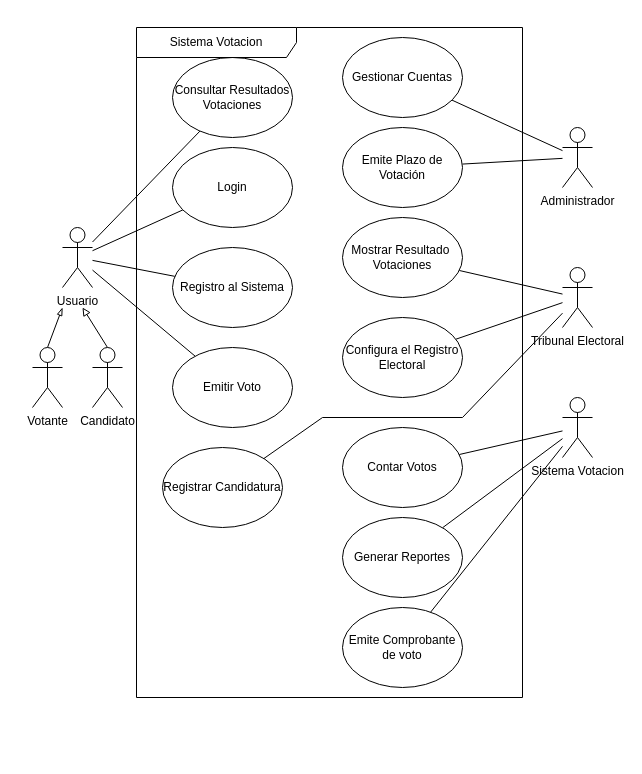
bravemilio15/DiagramasTercerCiclo keeps this draw.io diagram as page "VotoElectronico" (1 of 5) of Usecase.drawio. Above is the earlier version. Source tidied: cells renumbered, new cells numbered last; positions are measured from the earlier drawing's top-left corner, leaving out a move shared by most shapes. Both pictures are drawn from the tidied source at 100%, with x=0, y=0 at pixel (32, 27).
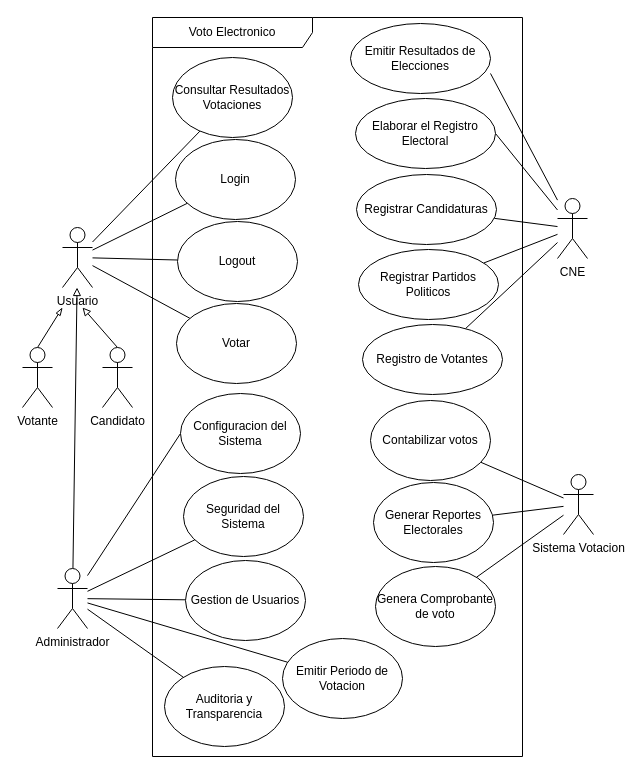
Above is the later version.

The change refers to these unchanged cells:
```xml
<mxCell id="6" value="Usuario" style="shape=umlActor;verticalLabelPosition=bottom;verticalAlign=top;html=1;outlineConnect=0;" parent="1" vertex="1">
  <mxGeometry x="30" y="200" width="30" height="60" as="geometry" />
</mxCell>
```

Change to the diagram source:
```diff
@@
     <mxCell id="8" value="Candidato" style="shape=umlActor;verticalLabelPosition=bottom;verticalAlign=top;html=1;outlineConnect=0;" parent="1" vertex="1">
-      <mxGeometry x="60" y="320" width="30" height="60" as="geometry" />
+      <mxGeometry x="70" y="320" width="30" height="60" as="geometry" />
     </mxCell>
@@
     <mxCell id="10" value="Votante" style="shape=umlActor;verticalLabelPosition=bottom;verticalAlign=top;html=1;outlineConnect=0;" parent="1" vertex="1">
-      <mxGeometry y="320" width="30" height="60" as="geometry" />
+      <mxGeometry x="-10" y="320" width="30" height="60" as="geometry" />
     </mxCell>
+    <mxCell id="35" style="rounded=0;jettySize=auto;html=1;endArrow=none;endFill=0;entryX=1;entryY=0.714;entryDx=0;entryDy=0;entryPerimeter=0;" parent="1" edge="1" source="17" target="55">
+      <mxGeometry relative="1" as="geometry" />
+    </mxCell>
+    <mxCell id="36" style="rounded=0;jettySize=auto;html=1;entryX=1;entryY=0.5;entryDx=0;entryDy=0;endArrow=none;endFill=0;" parent="1" edge="1" source="17" target="56">
+      <mxGeometry relative="1" as="geometry" />
+    </mxCell>
+    <mxCell id="37" style="rounded=0;jettySize=auto;html=1;endArrow=none;endFill=0;" parent="1" edge="1" source="17" target="57">
+      <mxGeometry relative="1" as="geometry" />
+    </mxCell>
+    <mxCell id="38" style="rounded=0;jettySize=auto;html=1;endArrow=none;endFill=0;" parent="1" edge="1" source="17" target="58">
+      <mxGeometry relative="1" as="geometry" />
+    </mxCell>
+    <mxCell id="39" style="rounded=0;jettySize=auto;html=1;endArrow=none;endFill=0;" parent="1" edge="1" source="17" target="59">
+      <mxGeometry relative="1" as="geometry" />
+    </mxCell>
+    <mxCell id="17" value="CNE" style="shape=umlActor;verticalLabelPosition=bottom;verticalAlign=top;html=1;outlineConnect=0;" parent="1" vertex="1">
+      <mxGeometry x="525" y="171" width="30" height="60" as="geometry" />
+    </mxCell>
+    <mxCell id="40" style="rounded=0;jettySize=auto;html=1;endArrow=none;endFill=0;" parent="1" edge="1" source="21" target="60">
+      <mxGeometry relative="1" as="geometry" />
+    </mxCell>
+    <mxCell id="41" style="rounded=0;jettySize=auto;html=1;endArrow=none;endFill=0;" parent="1" edge="1" source="21" target="61">
+      <mxGeometry relative="1" as="geometry" />
+    </mxCell>
+    <mxCell id="42" style="rounded=0;jettySize=auto;html=1;endArrow=none;endFill=0;" parent="1" edge="1" source="21" target="62">
+      <mxGeometry relative="1" as="geometry" />
+    </mxCell>
+    <mxCell id="21" value="Sistema Votacion" style="shape=umlActor;verticalLabelPosition=bottom;verticalAlign=top;html=1;outlineConnect=0;" parent="1" vertex="1">
+      <mxGeometry x="531" y="447" width="30" height="60" as="geometry" />
+    </mxCell>
+    <mxCell id="43" style="rounded=0;jettySize=auto;html=1;endArrow=block;endFill=0;" parent="1" edge="1" source="24" target="6">
+      <mxGeometry relative="1" as="geometry" />
+    </mxCell>
+    <mxCell id="44" style="rounded=0;jettySize=auto;html=1;entryX=0;entryY=0.5;entryDx=0;entryDy=0;endArrow=none;endFill=0;" parent="1" edge="1" source="24" target="50">
+      <mxGeometry relative="1" as="geometry" />
+    </mxCell>
+    <mxCell id="45" style="rounded=0;jettySize=auto;html=1;endArrow=none;endFill=0;" parent="1" edge="1" source="24" target="51">
+      <mxGeometry relative="1" as="geometry" />
+    </mxCell>
+    <mxCell id="46" style="rounded=0;jettySize=auto;html=1;endArrow=none;endFill=0;" parent="1" edge="1" source="24" target="52">
+      <mxGeometry relative="1" as="geometry" />
+    </mxCell>
+    <mxCell id="47" style="rounded=0;jettySize=auto;html=1;endArrow=none;endFill=0;" parent="1" edge="1" source="24" target="53">
+      <mxGeometry relative="1" as="geometry" />
+    </mxCell>
+    <mxCell id="48" style="rounded=0;jettySize=auto;html=1;endArrow=none;endFill=0;" parent="1" edge="1" source="24" target="54">
+      <mxGeometry relative="1" as="geometry" />
+    </mxCell>
+    <mxCell id="24" value="Administrador&lt;br&gt;" style="shape=umlActor;verticalLabelPosition=bottom;verticalAlign=top;html=1;outlineConnect=0;" parent="1" vertex="1">
+      <mxGeometry x="25" y="541" width="30" height="60" as="geometry" />
+    </mxCell>
+    <mxCell id="26" value="Consultar Resultados Votaciones" style="ellipse;whiteSpace=wrap;html=1;" parent="1" vertex="1">
+      <mxGeometry x="140" y="30" width="120" height="80" as="geometry" />
+    </mxCell>
+    <mxCell id="49" value="Voto Electronico" style="shape=umlFrame;whiteSpace=wrap;html=1;width=160;" parent="1" vertex="1">
+      <mxGeometry x="120" y="-10" width="370" height="739" as="geometry" />
+    </mxCell>
-    <mxCell id="11" value="Login" style="ellipse;whiteSpace=wrap;html=1;" parent="1" vertex="1">
-      <mxGeometry x="140" y="120" width="120" height="80" as="geometry" />
+    <mxCell id="11" value="Login" style="ellipse;whiteSpace=wrap;html=1;" parent="49" vertex="1">
+      <mxGeometry x="23" y="122" width="120" height="80" as="geometry" />
     </mxCell>
-    <mxCell id="12" value="Registro al Sistema" style="ellipse;whiteSpace=wrap;html=1;" parent="1" vertex="1">
-      <mxGeometry x="140" y="220" width="120" height="80" as="geometry" />
+    <mxCell id="12" value="Logout" style="ellipse;whiteSpace=wrap;html=1;" parent="49" vertex="1">
+      <mxGeometry x="25" y="204" width="120" height="80" as="geometry" />
     </mxCell>
-    <mxCell id="13" value="Registrar Candidatura&lt;br&gt;" style="ellipse;whiteSpace=wrap;html=1;" parent="1" vertex="1">
-      <mxGeometry x="130" y="420" width="120" height="80" as="geometry" />
-    </mxCell>
-    <mxCell id="14" style="rounded=0;jettySize=auto;html=1;endArrow=none;endFill=0;" parent="1" edge="1" source="17" target="13">
-      <mxGeometry relative="1" as="geometry">
-        <Array as="points">
-          <mxPoint x="430" y="390" />
-          <mxPoint x="290" y="390" />
-        </Array>
-      </mxGeometry>
-    </mxCell>
-    <mxCell id="15" style="rounded=0;jettySize=auto;html=1;endArrow=none;endFill=0;" parent="1" edge="1" source="17" target="30">
-      <mxGeometry relative="1" as="geometry" />
-    </mxCell>
-    <mxCell id="16" style="rounded=0;jettySize=auto;html=1;endArrow=none;endFill=0;" parent="1" edge="1" source="17" target="31">
-      <mxGeometry relative="1" as="geometry" />
-    </mxCell>
-    <mxCell id="17" value="Tribunal Electoral&lt;br&gt;" style="shape=umlActor;verticalLabelPosition=bottom;verticalAlign=top;html=1;outlineConnect=0;" parent="1" vertex="1">
-      <mxGeometry x="530" y="240" width="30" height="60" as="geometry" />
-    </mxCell>
-    <mxCell id="18" style="rounded=0;jettySize=auto;html=1;endArrow=none;endFill=0;" parent="1" edge="1" source="21" target="32">
-      <mxGeometry relative="1" as="geometry" />
-    </mxCell>
-    <mxCell id="19" style="rounded=0;jettySize=auto;html=1;endArrow=none;endFill=0;" parent="1" edge="1" source="21" target="33">
-      <mxGeometry relative="1" as="geometry" />
-    </mxCell>
-    <mxCell id="20" style="rounded=0;jettySize=auto;html=1;endArrow=none;endFill=0;" parent="1" edge="1" source="21" target="34">
-      <mxGeometry relative="1" as="geometry" />
-    </mxCell>
-    <mxCell id="21" value="Sistema Votacion" style="shape=umlActor;verticalLabelPosition=bottom;verticalAlign=top;html=1;outlineConnect=0;" parent="1" vertex="1">
-      <mxGeometry x="530" y="370" width="30" height="60" as="geometry" />
-    </mxCell>
-    <mxCell id="22" style="rounded=0;jettySize=auto;html=1;endArrow=none;endFill=0;" parent="1" edge="1" source="24" target="29">
-      <mxGeometry relative="1" as="geometry" />
-    </mxCell>
-    <mxCell id="23" style="rounded=0;jettySize=auto;html=1;endArrow=none;endFill=0;" parent="1" edge="1" source="24" target="28">
-      <mxGeometry relative="1" as="geometry" />
-    </mxCell>
-    <mxCell id="24" value="Administrador&lt;br&gt;" style="shape=umlActor;verticalLabelPosition=bottom;verticalAlign=top;html=1;outlineConnect=0;" parent="1" vertex="1">
-      <mxGeometry x="530" y="100" width="30" height="60" as="geometry" />
-    </mxCell>
-    <mxCell id="25" value="Emitir Voto" style="ellipse;whiteSpace=wrap;html=1;" parent="1" vertex="1">
-      <mxGeometry x="140" y="320" width="120" height="80" as="geometry" />
+    <mxCell id="25" value="Votar" style="ellipse;whiteSpace=wrap;html=1;" parent="49" vertex="1">
+      <mxGeometry x="24" y="286" width="120" height="80" as="geometry" />
     </mxCell>
-    <mxCell id="26" value="Consultar Resultados Votaciones" style="ellipse;whiteSpace=wrap;html=1;" parent="1" vertex="1">
-      <mxGeometry x="140" y="30" width="120" height="80" as="geometry" />
-    </mxCell>
-    <mxCell id="27" value="Sistema Votacion" style="shape=umlFrame;whiteSpace=wrap;html=1;width=160;" parent="1" vertex="1">
-      <mxGeometry x="104" width="386" height="670" as="geometry" />
-    </mxCell>
-    <mxCell id="28" value="Gestionar Cuentas" style="ellipse;whiteSpace=wrap;html=1;" parent="27" vertex="1">
-      <mxGeometry x="206" y="10" width="120" height="80" as="geometry" />
-    </mxCell>
-    <mxCell id="29" value="Emite Plazo de Votación" style="ellipse;whiteSpace=wrap;html=1;" parent="27" vertex="1">
-      <mxGeometry x="206" y="100" width="120" height="80" as="geometry" />
-    </mxCell>
-    <mxCell id="30" value="Mostrar Resultado&amp;nbsp; Votaciones" style="ellipse;whiteSpace=wrap;html=1;" parent="27" vertex="1">
-      <mxGeometry x="206" y="190" width="120" height="80" as="geometry" />
-    </mxCell>
-    <mxCell id="31" value="Configura el Registro Electoral" style="ellipse;whiteSpace=wrap;html=1;" parent="27" vertex="1">
-      <mxGeometry x="206" y="290" width="120" height="80" as="geometry" />
-    </mxCell>
-    <mxCell id="32" value="Contar Votos" style="ellipse;whiteSpace=wrap;html=1;" parent="27" vertex="1">
-      <mxGeometry x="206" y="400" width="120" height="80" as="geometry" />
-    </mxCell>
-    <mxCell id="33" value="Generar Reportes" style="ellipse;whiteSpace=wrap;html=1;" parent="27" vertex="1">
-      <mxGeometry x="206" y="490" width="120" height="80" as="geometry" />
-    </mxCell>
-    <mxCell id="34" value="Emite Comprobante de voto" style="ellipse;whiteSpace=wrap;html=1;" parent="27" vertex="1">
-      <mxGeometry x="206" y="580" width="120" height="80" as="geometry" />
-    </mxCell>
+    <mxCell id="50" value="Configuracion del Sistema" style="ellipse;whiteSpace=wrap;html=1;" parent="49" vertex="1">
+      <mxGeometry x="28" y="376" width="120" height="80" as="geometry" />
+    </mxCell>
+    <mxCell id="51" value="Seguridad del Sistema" style="ellipse;whiteSpace=wrap;html=1;" parent="49" vertex="1">
+      <mxGeometry x="31" y="459" width="120" height="80" as="geometry" />
+    </mxCell>
+    <mxCell id="52" value="Gestion de Usuarios" style="ellipse;whiteSpace=wrap;html=1;" parent="49" vertex="1">
+      <mxGeometry x="33" y="543" width="120" height="80" as="geometry" />
+    </mxCell>
+    <mxCell id="53" value="Emitir Periodo de Votacion" style="ellipse;whiteSpace=wrap;html=1;" parent="49" vertex="1">
+      <mxGeometry x="130" y="621" width="120" height="80" as="geometry" />
+    </mxCell>
+    <mxCell id="54" value="Auditoria y Transparencia" style="ellipse;whiteSpace=wrap;html=1;" parent="49" vertex="1">
+      <mxGeometry x="12" y="649" width="120" height="80" as="geometry" />
+    </mxCell>
+    <mxCell id="55" value="Emitir Resultados de Elecciones" style="ellipse;whiteSpace=wrap;html=1;" parent="49" vertex="1">
+      <mxGeometry x="198" y="6" width="140" height="70" as="geometry" />
+    </mxCell>
+    <mxCell id="56" value="Elaborar el Registro Electoral" style="ellipse;whiteSpace=wrap;html=1;" parent="49" vertex="1">
+      <mxGeometry x="203" y="81" width="140" height="70" as="geometry" />
+    </mxCell>
+    <mxCell id="57" value="Registrar Candidaturas" style="ellipse;whiteSpace=wrap;html=1;" parent="49" vertex="1">
+      <mxGeometry x="204" y="157" width="140" height="70" as="geometry" />
+    </mxCell>
+    <mxCell id="58" value="Registrar Partidos Politicos" style="ellipse;whiteSpace=wrap;html=1;" parent="49" vertex="1">
+      <mxGeometry x="206" y="232" width="140" height="70" as="geometry" />
+    </mxCell>
+    <mxCell id="59" value="Registro de Votantes" style="ellipse;whiteSpace=wrap;html=1;" parent="49" vertex="1">
+      <mxGeometry x="210" y="307" width="140" height="70" as="geometry" />
+    </mxCell>
+    <mxCell id="60" value="Contabilizar votos" style="ellipse;whiteSpace=wrap;html=1;" parent="49" vertex="1">
+      <mxGeometry x="218" y="383" width="120" height="80" as="geometry" />
+    </mxCell>
+    <mxCell id="61" value="Generar Reportes Electorales" style="ellipse;whiteSpace=wrap;html=1;" parent="49" vertex="1">
+      <mxGeometry x="221" y="465" width="120" height="80" as="geometry" />
+    </mxCell>
+    <mxCell id="62" value="Genera Comprobante de voto" style="ellipse;whiteSpace=wrap;html=1;" parent="49" vertex="1">
+      <mxGeometry x="223" y="549" width="120" height="80" as="geometry" />
+    </mxCell>
```
